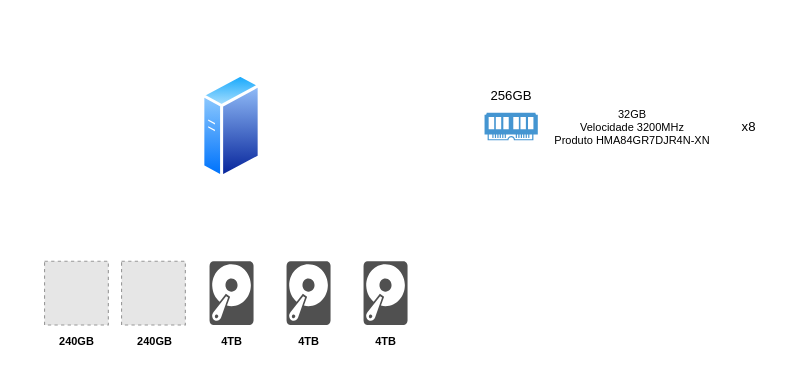
Above: page "Página-9" (9 of 9) of ArmazenamentoProxmox.drawio in Miguellopesss/PrivateCloud (draw.io), before the change. Source tidied: cells renumbered, new cells numbered last; positions are measured from the earlier drawing's top-left corner, leaving out a move shared by most shapes. Both pictures are drawn from the tidied source at 110%, with x=0, y=0 at pixel (43, 73). Pictures stored in the file or linked from it are replaced by grey dashed boxes.
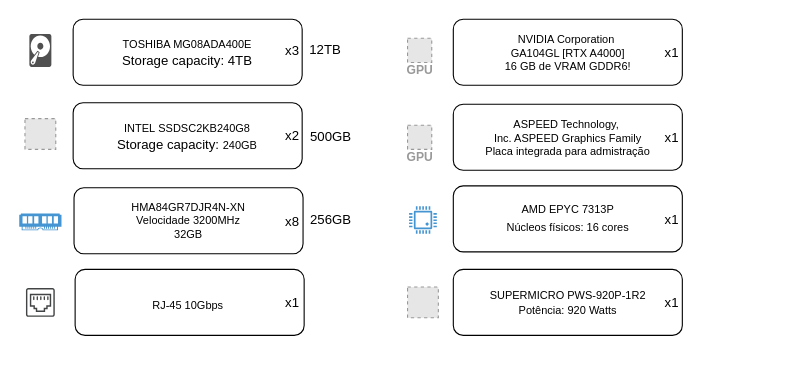
The same page after the edit.

Diff of the diagram source:
```diff
@@
-    <mxCell id="2" style="image;perimeter=ellipsePerimeter;html=1;align=center;shadow=0;dashed=0;spacingTop=3;image=img/lib/active_directory/generic_server.svg;" parent="1" vertex="1">
-      <mxGeometry x="144" y="0.3" width="54" height="96.4" as="geometry" />
-    </mxCell>
     <mxCell id="3" style="fillColor=#E6E6E6;strokeColor=#999999;dashed=1;html=1;verticalAlign=top;verticalLabelPosition=bottom;labelBackgroundColor=#ffffff;" parent="1" vertex="1">
-      <mxGeometry x="1" y="171" width="58" height="58" as="geometry" />
+      <mxGeometry x="-16.8" y="41.3" width="28" height="28" as="geometry" />
     </mxCell>
-    <mxCell id="4" style="fillColor=#E6E6E6;strokeColor=#999999;dashed=1;html=1;verticalAlign=top;verticalLabelPosition=bottom;labelBackgroundColor=#ffffff;" parent="1" vertex="1">
-      <mxGeometry x="71" y="171" width="58" height="58" as="geometry" />
-    </mxCell>
-    <mxCell id="5" style="sketch=0;shadow=0;dashed=0;html=1;strokeColor=none;fillColor=#505050;labelPosition=center;verticalLabelPosition=bottom;verticalAlign=top;align=center;shape=mxgraph.office.devices.hard_disk;" parent="1" vertex="1">
-      <mxGeometry x="151" y="171" width="40" height="58" as="geometry" />
-    </mxCell>
-    <mxCell id="6" style="sketch=0;shadow=0;dashed=0;html=1;strokeColor=none;fillColor=#505050;labelPosition=center;verticalLabelPosition=bottom;verticalAlign=top;align=center;shape=mxgraph.office.devices.hard_disk;" parent="1" vertex="1">
-      <mxGeometry x="221" y="171" width="40" height="58" as="geometry" />
-    </mxCell>
     <mxCell id="7" style="sketch=0;shadow=0;dashed=0;html=1;strokeColor=none;fillColor=#505050;labelPosition=center;verticalLabelPosition=bottom;verticalAlign=top;align=center;shape=mxgraph.office.devices.hard_disk;" parent="1" vertex="1">
-      <mxGeometry x="291" y="171" width="40" height="58" as="geometry" />
+      <mxGeometry x="-12.8" y="-35.7" width="20" height="30" as="geometry" />
     </mxCell>
-    <mxCell id="8" value="&lt;font&gt;&lt;b&gt;240GB&lt;/b&gt;&lt;/font&gt;" style="text;html=1;align=center;verticalAlign=middle;strokeColor=none;fillColor=none;fontSize=10;" parent="1" vertex="1">
-      <mxGeometry y="229" width="60" height="30" as="geometry" />
-    </mxCell>
-    <mxCell id="9" value="&lt;font&gt;&lt;b&gt;240GB&lt;/b&gt;&lt;/font&gt;" style="text;html=1;align=center;verticalAlign=middle;strokeColor=none;fillColor=none;fontSize=10;" parent="1" vertex="1">
-      <mxGeometry x="71" y="229" width="60" height="30" as="geometry" />
-    </mxCell>
-    <mxCell id="10" value="&lt;font&gt;&lt;b&gt;4TB&lt;/b&gt;&lt;/font&gt;" style="text;html=1;align=center;verticalAlign=middle;strokeColor=none;fillColor=none;fontSize=10;" parent="1" vertex="1">
-      <mxGeometry x="151" y="229" width="40" height="30" as="geometry" />
-    </mxCell>
-    <mxCell id="11" value="&lt;b&gt;4TB&lt;/b&gt;" style="text;html=1;align=center;verticalAlign=middle;strokeColor=none;fillColor=none;fontSize=10;" parent="1" vertex="1">
-      <mxGeometry x="221" y="229" width="40" height="30" as="geometry" />
-    </mxCell>
-    <mxCell id="12" value="&lt;b&gt;4TB&lt;/b&gt;" style="text;html=1;align=center;verticalAlign=middle;strokeColor=none;fillColor=none;fontSize=10;" parent="1" vertex="1">
-      <mxGeometry x="291" y="229" width="40" height="30" as="geometry" />
-    </mxCell>
     <mxCell id="13" style="shadow=0;dashed=0;html=1;strokeColor=none;fillColor=#4495D1;labelPosition=center;verticalLabelPosition=bottom;verticalAlign=top;align=center;shape=mxgraph.veeam.ram;" parent="1" vertex="1">
-      <mxGeometry x="401" y="35.9" width="48.4" height="25.2" as="geometry" />
+      <mxGeometry x="-22" y="127.6" width="38.4" height="15.2" as="geometry" />
     </mxCell>
-    <mxCell id="14" value="32GB&lt;div&gt;Velocidade 3200MHz&lt;/div&gt;&lt;div&gt;Produto&amp;nbsp;HMA84GR7DJR4N-XN&lt;/div&gt;" style="text;html=1;align=center;verticalAlign=middle;strokeColor=none;fillColor=none;fontSize=10;" parent="1" vertex="1">
-      <mxGeometry x="455.2" y="23.5" width="160" height="50" as="geometry" />
-    </mxCell>
+    <mxCell id="17" value="GPU" style="fillColor=#E6E6E6;strokeColor=#999999;dashed=1;html=1;verticalAlign=top;labelPosition=center;verticalLabelPosition=bottom;align=center;spacingTop=-6;fontSize=11;fontStyle=1;fontColor=#999999;" parent="1" vertex="1">
+      <mxGeometry x="331" y="-31.7" width="22" height="22" as="geometry" />
+    </mxCell>
+    <mxCell id="18" value="GPU" style="fillColor=#E6E6E6;strokeColor=#999999;dashed=1;html=1;verticalAlign=top;labelPosition=center;verticalLabelPosition=bottom;align=center;spacingTop=-6;fontSize=11;fontStyle=1;fontColor=#999999;" parent="1" vertex="1">
+      <mxGeometry x="331" y="47.3" width="22" height="22" as="geometry" />
+    </mxCell>
+    <mxCell id="19" style="shadow=0;dashed=0;html=1;strokeColor=none;fillColor=#4495D1;labelPosition=center;verticalLabelPosition=bottom;verticalAlign=top;align=center;shape=mxgraph.veeam.cpu;" parent="1" vertex="1">
+      <mxGeometry x="332.4" y="121.1" width="25.2" height="24.8" as="geometry" />
+    </mxCell>
+    <mxCell id="20" style="fillColor=#E6E6E6;strokeColor=#999999;dashed=1;html=1;verticalAlign=top;verticalLabelPosition=bottom;labelBackgroundColor=#ffffff;" parent="1" vertex="1">
+      <mxGeometry x="331" y="194.4" width="28" height="28" as="geometry" />
+    </mxCell>
+    <mxCell id="21" value="&lt;span style=&quot;font-size: 10px; text-wrap-mode: nowrap;&quot;&gt;SUPERMICRO PWS-920P-1R2&lt;/span&gt;&lt;div style=&quot;font-size: 10px; text-wrap-mode: nowrap;&quot;&gt;Potência: 920 Watts&lt;/div&gt;" style="rounded=1;whiteSpace=wrap;html=1;" parent="1" vertex="1">
+      <mxGeometry x="372.6" y="178.4" width="208.2" height="60" as="geometry" />
+    </mxCell>
+    <mxCell id="22" value="x1" style="text;html=1;align=center;verticalAlign=middle;strokeColor=none;fillColor=none;" parent="1" vertex="1">
+      <mxGeometry x="550.8" y="194.4" width="40" height="30" as="geometry" />
+    </mxCell>
+    <mxCell id="23" value="&lt;span style=&quot;font-size: 10px; text-wrap-mode: nowrap;&quot;&gt;AMD EPYC 7313P&lt;/span&gt;&lt;div style=&quot;font-size: 10px; text-wrap-mode: nowrap;&quot;&gt;&lt;table&gt;&lt;tbody&gt;&lt;tr&gt;&lt;td class=&quot;max-w-[calc(var(--thread-content-max-width)*2/3)]&quot;&gt;Núcleos físicos: 16 cores&lt;/td&gt;&lt;/tr&gt;&lt;/tbody&gt;&lt;/table&gt;&lt;/div&gt;" style="rounded=1;whiteSpace=wrap;html=1;" parent="1" vertex="1">
+      <mxGeometry x="372.6" y="102.5" width="208.2" height="60" as="geometry" />
+    </mxCell>
+    <mxCell id="24" value="x1" style="text;html=1;align=center;verticalAlign=middle;strokeColor=none;fillColor=none;" parent="1" vertex="1">
+      <mxGeometry x="550.8" y="118.5" width="40" height="30" as="geometry" />
+    </mxCell>
+    <mxCell id="25" value="&lt;span style=&quot;font-size: 10px; text-wrap-mode: nowrap;&quot;&gt;ASPEED Technology,&amp;nbsp;&lt;/span&gt;&lt;div style=&quot;font-size: 10px; text-wrap-mode: nowrap;&quot;&gt;Inc. ASPEED Graphics Family&lt;/div&gt;&lt;div style=&quot;font-size: 10px; text-wrap-mode: nowrap;&quot;&gt;&lt;span style=&quot;text-align: left; text-wrap-mode: wrap;&quot;&gt;Placa integrada para&amp;nbsp;&lt;/span&gt;&lt;span style=&quot;text-align: left; text-wrap-mode: wrap;&quot;&gt;admistração&lt;/span&gt;&lt;/div&gt;" style="rounded=1;whiteSpace=wrap;html=1;" parent="1" vertex="1">
+      <mxGeometry x="372.6" y="28.3" width="208.2" height="60" as="geometry" />
+    </mxCell>
+    <mxCell id="26" value="x1" style="text;html=1;align=center;verticalAlign=middle;strokeColor=none;fillColor=none;" parent="1" vertex="1">
+      <mxGeometry x="550.8" y="44.3" width="40" height="30" as="geometry" />
+    </mxCell>
+    <mxCell id="27" value="&lt;span style=&quot;font-size: 10px; text-wrap-mode: nowrap;&quot;&gt;NVIDIA Corporation&amp;nbsp;&lt;/span&gt;&lt;div style=&quot;font-size: 10px; text-wrap-mode: nowrap;&quot;&gt;GA104GL [RTX A4000]&lt;/div&gt;&lt;div style=&quot;font-size: 10px; text-wrap-mode: nowrap;&quot;&gt;&lt;span&gt;16 GB de VRAM GDDR6&lt;/span&gt;!&lt;/div&gt;" style="rounded=1;whiteSpace=wrap;html=1;" parent="1" vertex="1">
+      <mxGeometry x="372.6" y="-49" width="208.2" height="60" as="geometry" />
+    </mxCell>
+    <mxCell id="28" value="x1" style="text;html=1;align=center;verticalAlign=middle;strokeColor=none;fillColor=none;" parent="1" vertex="1">
+      <mxGeometry x="550.8" y="-33" width="40" height="30" as="geometry" />
+    </mxCell>
+    <mxCell id="29" value="&lt;div style=&quot;font-size: 10px; text-wrap-mode: nowrap;&quot;&gt;&lt;span style=&quot;background-color: transparent; color: light-dark(rgb(0, 0, 0), rgb(255, 255, 255));&quot;&gt;HMA84GR7DJR4N-XN&lt;/span&gt;&lt;/div&gt;&lt;div style=&quot;font-size: 10px; text-wrap-mode: nowrap;&quot;&gt;Velocidade 3200MHz&lt;/div&gt;&lt;div style=&quot;font-size: 10px; text-wrap-mode: nowrap;&quot;&gt;32GB&lt;/div&gt;" style="rounded=1;whiteSpace=wrap;html=1;" parent="1" vertex="1">
+      <mxGeometry x="27.8" y="104.2" width="208.2" height="60" as="geometry" />
+    </mxCell>
     <mxCell id="15" value="x8" style="text;html=1;align=center;verticalAlign=middle;strokeColor=none;fillColor=none;" parent="1" vertex="1">
-      <mxGeometry x="621" y="33.5" width="40" height="30" as="geometry" />
+      <mxGeometry x="206" y="120.2" width="40" height="30" as="geometry" />
     </mxCell>
+    <mxCell id="30" value="&lt;span style=&quot;font-size: 10px; text-wrap-mode: nowrap;&quot;&gt;TOSHIBA MG08ADA400E&lt;/span&gt;&lt;div&gt;Storage capacity: 4TB&lt;/div&gt;" style="rounded=1;whiteSpace=wrap;html=1;" parent="1" vertex="1">
+      <mxGeometry x="27" y="-49" width="208.2" height="60" as="geometry" />
+    </mxCell>
+    <mxCell id="31" value="x3" style="text;html=1;align=center;verticalAlign=middle;strokeColor=none;fillColor=none;" parent="1" vertex="1">
+      <mxGeometry x="206" y="-35.2" width="40" height="30" as="geometry" />
+    </mxCell>
+    <mxCell id="32" value="&lt;div&gt;&lt;span style=&quot;background-color: transparent; font-size: 10px; text-wrap-mode: nowrap;&quot;&gt;INTEL&amp;nbsp;&lt;/span&gt;&lt;span style=&quot;font-size: 10px; text-wrap-mode: nowrap;&quot;&gt;SSDSC2KB240G8&lt;/span&gt;&lt;/div&gt;&lt;div&gt;Storage capacity:&amp;nbsp;&lt;span style=&quot;background-color: transparent; color: light-dark(rgb(0, 0, 0), rgb(255, 255, 255)); text-wrap-mode: nowrap; font-size: 10px;&quot;&gt;240GB&lt;/span&gt;&lt;/div&gt;" style="rounded=1;whiteSpace=wrap;html=1;" parent="1" vertex="1">
+      <mxGeometry x="27" y="26.9" width="208.2" height="60" as="geometry" />
+    </mxCell>
+    <mxCell id="33" value="x2" style="text;html=1;align=center;verticalAlign=middle;strokeColor=none;fillColor=none;" parent="1" vertex="1">
+      <mxGeometry x="206" y="41.9" width="40" height="30" as="geometry" />
+    </mxCell>
+    <mxCell id="34" value="12TB" style="text;html=1;align=center;verticalAlign=middle;strokeColor=none;fillColor=none;" parent="1" vertex="1">
+      <mxGeometry x="231" y="-35.7" width="50" height="30" as="geometry" />
+    </mxCell>
+    <mxCell id="35" value="500GB" style="text;html=1;align=center;verticalAlign=middle;strokeColor=none;fillColor=none;" parent="1" vertex="1">
+      <mxGeometry x="231" y="43.3" width="60" height="30" as="geometry" />
+    </mxCell>
     <mxCell id="16" value="256GB" style="text;html=1;align=center;verticalAlign=middle;strokeColor=none;fillColor=none;" parent="1" vertex="1">
-      <mxGeometry x="395.2" y="5.9" width="60" height="30" as="geometry" />
+      <mxGeometry x="231" y="118.5" width="60" height="30" as="geometry" />
     </mxCell>
+    <mxCell id="36" value="&lt;div style=&quot;font-size: 10px; text-wrap-mode: nowrap;&quot;&gt;&lt;table&gt;&lt;tbody&gt;&lt;tr&gt;&lt;td class=&quot;max-w-[calc(var(--thread-content-max-width)*2/3)]&quot;&gt;&lt;code&gt;&lt;/code&gt;&lt;/td&gt;&lt;/tr&gt;&lt;/tbody&gt;&lt;/table&gt;&lt;table&gt;&lt;tbody&gt;&lt;tr&gt;&lt;td class=&quot;max-w-[calc(var(--thread-content-max-width)*2/3)]&quot;&gt;RJ-45&amp;nbsp;&lt;span style=&quot;&quot;&gt;10Gbps&lt;/span&gt;&amp;nbsp;&lt;br&gt;&lt;/td&gt;&lt;/tr&gt;&lt;/tbody&gt;&lt;/table&gt;&lt;/div&gt;" style="rounded=1;whiteSpace=wrap;html=1;" parent="1" vertex="1">
+      <mxGeometry x="28.8" y="178.4" width="208.2" height="60" as="geometry" />
+    </mxCell>
+    <mxCell id="37" value="x1" style="text;html=1;align=center;verticalAlign=middle;strokeColor=none;fillColor=none;" parent="1" vertex="1">
+      <mxGeometry x="206" y="194.4" width="40" height="30" as="geometry" />
+    </mxCell>
+    <mxCell id="38" style="sketch=0;shadow=0;dashed=0;html=1;strokeColor=none;fillColor=#434445;labelPosition=center;verticalLabelPosition=bottom;verticalAlign=top;align=center;shape=mxgraph.vvd.ethernet_port;" parent="1" vertex="1">
+      <mxGeometry x="-15.9" y="195.3" width="26.2" height="26.2" as="geometry" />
+    </mxCell>
```
